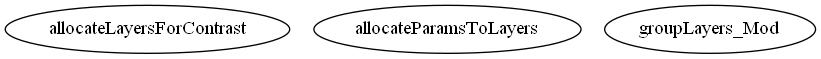
Earlier version of the Graphviz export docs/source/api_reference/targetFunctions/common/groupLayers/graph.png (RascalSoftware/RAT). Its source is kept beside it as docs/source/api_reference/graph.dot. Its diagram source:
```dot
/* Created by mdot for Matlab */
digraph m2html {
  RAT -> RAT_main;
  RAT -> RATparseOutToProjectClass;
  RAT -> RatParseClassToStructs_new;
  RAT -> defaultRatOutputFunction;
  RAT -> ratOutputClass;
  RAT -> ratSendTextOutput;
  RAT -> parseResultToStruct;
  RAT -> mergeStructs;
  RAT_main -> ratSendTextOutput;
  RAT_main -> singleCalculation;
  controlsDef -> controlsDef;
  SpecialEventDataClass -> SpecialEventDataClass;
  ratOutputClass -> SpecialEventDataClass;
  ratOutputClass -> ratOutputClass;
  backgroundsClass -> backgroundsClass;
  backgroundsClass -> multiTypeTable;
  backgroundsClass -> parametersClass;
  contrastsClass -> contrastsClass;
  customFileClass -> customFileClass;
  dataClass -> dataClass;
  layersClass_realSLD -> layersClass_realSLD;
  multiTypeTable -> multiTypeTable;
  parametersClass -> parametersClass;
  projectClass -> backgroundsClass;
  projectClass -> contrastsClass;
  projectClass -> customFileClass;
  projectClass -> dataClass;
  projectClass -> layersClass_realSLD;
  projectClass -> mergeStructs;
  projectClass -> parametersClass;
  projectClass -> projectClass;
  projectClass -> resolutionsClass;
  resolutionsClass -> multiTypeTable;
  resolutionsClass -> parametersClass;
  resolutionsClass -> resolutionsClass;
  singleCalculation -> reflectivity_calculation_wrapper;
  call_customLayers 2 -> callMatlabCustomLayers;
  call_customLayers -> callMatlabCustomLayers;
  callReflectivity -> data_resolution_polly;
  callReflectivity -> resolution_polly;
  callReflectivity -> abeles_paraPoints;
  callReflectivity -> abeles_single;
  generateMex -> testDLL;
  loopMatlabCustomLayers -> backSort;
  loopMatlabCustomLayers_points -> backSort;
  loopMatlabCustomLayers_single -> backSort;
  makeSLDProfileXY -> asymconvstep;
  makeSLDProfiles -> makeSLDProfileXY;
  adaptive_new -> sldFunc;
  resampleLayers -> adaptive_new;
  domainsTF_custlay_single -> RAT_parse_cells;
  domainsTF_custlay_single -> extractProblemParams;
  domainsTF_custlay_single -> backSort;
  domainsTF_custlay_single -> standardTF_layers_core;
  domainsTF_custLay_reflectivityCalculation -> domainsTF_custlay_single;
  domainsTF_custXY_reflectivityCalculation -> standardTF_custXY_paraContrasts;
  domainsTF_custXY_reflectivityCalculation -> standardTF_custXY_paraPoints;
  domainsTF_custXY_reflectivityCalculation -> standardTF_custXY_single;
  domainsTF_reflectivityCalculation -> domainsTF_custLay_reflectivityCalculation;
  domainsTF_stanLay_reflectivityCalculation -> standardTF_stanlay_paraContrasts;
  domainsTF_stanLay_reflectivityCalculation -> standardTF_stanlay_paraPoints;
  domainsTF_stanLay_reflectivityCalculation -> standardTF_stanlay_single;
  reflectivity_calculation -> standardTF_reflectivityCalculation;
  reflectivity_calculation_test_wrapper -> reflectivity_calculation;
  reflectivity_calculation_wrapper -> reflectivity_calculation;
  standardTF_custlay_paraContrasts -> RAT_parse_cells;
  standardTF_custlay_paraContrasts -> extractProblemParams;
  standardTF_custlay_paraContrasts -> backSort;
  standardTF_custlay_paraContrasts -> loopCppCustlayWrapper_CustLaycontrast;
  standardTF_custlay_paraContrasts -> loopMatalbCustlayWrapper_CustLaycontrast;
  standardTF_custlay_paraContrasts -> standardTF_layers_core;
  standardTF_custlay_paraPoints -> RAT_parse_cells;
  standardTF_custlay_paraPoints -> extractProblemParams;
  standardTF_custlay_paraPoints -> backSort;
  standardTF_custlay_paraPoints -> loopCppCustlayWrapper_CustLaypoints;
  standardTF_custlay_paraPoints -> loopMatalbCustlayWrapper_CustLaypoints;
  standardTF_custlay_paraPoints -> standardTF_layers_core;
  standardTF_custlay_single -> RAT_parse_cells;
  standardTF_custlay_single -> extractProblemParams;
  standardTF_custlay_single -> backSort;
  standardTF_custlay_single -> loopCppCustlayWrapper_CustLaysingle;
  standardTF_custlay_single -> loopMatalbCustlayWrapper_CustLaysingle;
  standardTF_custlay_single -> standardTF_layers_core;
  standardTF_custLay_reflectivityCalculation -> standardTF_custlay_paraContrasts;
  standardTF_custLay_reflectivityCalculation -> standardTF_custlay_paraPoints;
  standardTF_custLay_reflectivityCalculation -> standardTF_custlay_single;
  standardTF_custXY_paraContrasts -> RAT_parse_cells;
  standardTF_custXY_paraContrasts -> extractProblemParams;
  standardTF_custXY_paraContrasts -> backSort;
  standardTF_custXY_paraContrasts -> applyBackgroundCorrection;
  standardTF_custXY_paraContrasts -> callReflectivity;
  standardTF_custXY_paraContrasts -> chiSquared;
  standardTF_custXY_paraContrasts -> loopCppCustlayWrapper_XYContrasts;
  standardTF_custXY_paraContrasts -> loopMatalbCustlayWrapper_XYContrasts;
  standardTF_custXY_paraContrasts -> resampleLayers;
  standardTF_custXY_paraContrasts -> shiftdata;
  standardTF_custXY_paraPoints -> RAT_parse_cells;
  standardTF_custXY_paraPoints -> extractProblemParams;
  standardTF_custXY_paraPoints -> backSort;
  standardTF_custXY_paraPoints -> applyBackgroundCorrection;
  standardTF_custXY_paraPoints -> callReflectivity;
  standardTF_custXY_paraPoints -> chiSquared;
  standardTF_custXY_paraPoints -> loopCppCustlayWrapper_XYPoints;
  standardTF_custXY_paraPoints -> loopMatalbCustlayWrapper_XYPoints;
  standardTF_custXY_paraPoints -> resampleLayers;
  standardTF_custXY_paraPoints -> shiftdata;
  standardTF_custXY_single -> RAT_parse_cells;
  standardTF_custXY_single -> extractProblemParams;
  standardTF_custXY_single -> backSort;
  standardTF_custXY_single -> applyBackgroundCorrection;
  standardTF_custXY_single -> callReflectivity;
  standardTF_custXY_single -> chiSquared;
  standardTF_custXY_single -> loopCppCustlayWrapper_XYSingle;
  standardTF_custXY_single -> loopMatalbCustlayWrapper_XYSingle;
  standardTF_custXY_single -> resampleLayers;
  standardTF_custXY_single -> shiftdata;
  standardTF_custXY_reflectivityCalculation -> standardTF_custXY_paraContrasts;
  standardTF_custXY_reflectivityCalculation -> standardTF_custXY_paraPoints;
  standardTF_custXY_reflectivityCalculation -> standardTF_custXY_single;
  standardTF_layers_core -> applyBackgroundCorrection;
  standardTF_layers_core -> callReflectivity;
  standardTF_layers_core -> chiSquared;
  standardTF_layers_core -> groupLayers_Mod;
  standardTF_layers_core -> makeSLDProfiles;
  standardTF_layers_core -> resampleLayers;
  standardTF_layers_core -> shiftdata;
  standardTF_reflectivityCalculation -> standardTF_custLay_reflectivityCalculation;
  standardTF_reflectivityCalculation -> standardTF_custXY_reflectivityCalculation;
  standardTF_reflectivityCalculation -> standardTF_stanLay_reflectivityCalculation;
  standardTF_stanlay_paraAll -> RAT_parse_cells;
  standardTF_stanlay_paraAll -> extractProblemParams;
  standardTF_stanlay_paraAll -> backSort;
  standardTF_stanlay_paraAll -> allocateLayersForContrast;
  standardTF_stanlay_paraAll -> allocateParamsToLayers;
  standardTF_stanlay_paraAll -> standardTF_layers_core;
  standardTF_stanlay_paraContrasts -> RAT_parse_cells;
  standardTF_stanlay_paraContrasts -> extractProblemParams;
  standardTF_stanlay_paraContrasts -> backSort;
  standardTF_stanlay_paraContrasts -> allocateLayersForContrast;
  standardTF_stanlay_paraContrasts -> allocateParamsToLayers;
  standardTF_stanlay_paraContrasts -> standardTF_layers_core;
  standardTF_stanlay_paraPoints -> RAT_parse_cells;
  standardTF_stanlay_paraPoints -> extractProblemParams;
  standardTF_stanlay_paraPoints -> backSort;
  standardTF_stanlay_paraPoints -> allocateLayersForContrast;
  standardTF_stanlay_paraPoints -> allocateParamsToLayers;
  standardTF_stanlay_paraPoints -> standardTF_layers_core;
  standardTF_stanlay_single -> RAT_parse_cells;
  standardTF_stanlay_single -> extractProblemParams;
  standardTF_stanlay_single -> backSort;
  standardTF_stanlay_single -> allocateLayersForContrast;
  standardTF_stanlay_single -> allocateParamsToLayers;
  standardTF_stanlay_single -> standardTF_layers_core;
  standardTF_stanLay_reflectivityCalculation -> standardTF_stanlay_paraContrasts;
  standardTF_stanLay_reflectivityCalculation -> standardTF_stanlay_paraPoints;
  standardTF_stanLay_reflectivityCalculation -> standardTF_stanlay_single;

  RAT [URL="./API/RAT.html"];
  RAT_main [URL="./API/RAT_main.html"];
  RAT_parse_cells [URL="./API/RAT_parse_cells.html"];
  RAT_remove_cells [URL="./API/RAT_remove_cells.html"];
  RATparseOutToProblemDef [URL="./API/RATparseOutToProblemDef.html"];
  RATparseOutToProblemDef2 [URL="./API/RATparseOutToProblemDef2.html"];
  RATparseOutToProjectClass [URL="./API/RATparseOutToProjectClass.html"];
  RatParseClassToStructs [URL="./API/RatParseClassToStructs.html"];
  RatParseClassToStructs_new [URL="./API/RatParseClassToStructs_new.html"];
  controlsDef [URL="./API/controlsDef/controlsDef.html"];
  extractProblemParams [URL="./API/extractProblemParams.html"];
  SpecialEventDataClass [URL="./API/outputFcn/SpecialEventDataClass.html"];
  defaultRatOutputFunction [URL="./API/outputFcn/defaultRatOutputFunction.html"];
  ratOutputClass [URL="./API/outputFcn/ratOutputClass.html"];
  ratSendTextOutput [URL="./API/outputFcn/ratSendTextOutput.html"];
  ratUpdateFunction [URL="./API/outputFcn/ratUpdateFunction.html"];
  parseResultToStruct [URL="./API/parseResultToStruct.html"];
  backgroundsClass [URL="./API/projectClass/backgroundsClass.html"];
  contrastsClass [URL="./API/projectClass/contrastsClass.html"];
  customFileClass [URL="./API/projectClass/customFileClass.html"];
  dataClass [URL="./API/projectClass/dataClass.html"];
  layersClass_realSLD [URL="./API/projectClass/layersClass_realSLD.html"];
  mergeStructs [URL="./API/projectClass/mergeStructs.html"];
  multiTypeTable [URL="./API/projectClass/multiTypeTable.html"];
  parametersClass [URL="./API/projectClass/parametersClass.html"];
  projectClass [URL="./API/projectClass/projectClass.html"];
  resolutionsClass [URL="./API/projectClass/resolutionsClass.html"];
  singleCalculation [URL="./API/singleCalculation.html"];
  textProgressBar [URL="./API/textProgressBar.html"];
  data_resolution_polly [URL="./targetFunctions/common/Resolution_Functions/Simple_Gaussian/data_resolution_polly.html"];
  data_resolution_polly_paraPoints [URL="./targetFunctions/common/Resolution_Functions/Simple_Gaussian/data_resolution_polly_paraPoints.html"];
  resolution_polly [URL="./targetFunctions/common/Resolution_Functions/Simple_Gaussian/resolution_polly.html"];
  resolution_polly_paraPoints [URL="./targetFunctions/common/Resolution_Functions/Simple_Gaussian/resolution_polly_paraPoints.html"];
  backSort [URL="./targetFunctions/common/backSorts/backSort.html"];
  call_customLayers 2 [URL="./targetFunctions/common/callCustomLayers/call_customLayers 2.html"];
  call_customLayers [URL="./targetFunctions/common/callCustomLayers/call_customLayers.html"];
  callMatlabCustomLayers [URL="./targetFunctions/common/callMatlabFunction/callMatlabCustomLayers.html"];
  matlabFunctionWrapper [URL="./targetFunctions/common/callMatlabFunction/matlabFunctionWrapper.html"];
  applyBackgroundCorrection [URL="./targetFunctions/common/callReflectivity/applyBackgroundCorrection.html"];
  callReflectivity [URL="./targetFunctions/common/callReflectivity/callReflectivity.html"];
  chiSquared [URL="./targetFunctions/common/costFunctions/chiSquared/chiSquared.html"];
  allocateLayersForContrast [URL="./targetFunctions/common/groupLayers/allocateLayersForContrast.html"];
  allocateParamsToLayers [URL="./targetFunctions/common/groupLayers/allocateParamsToLayers.html"];
  groupLayers_Mod [URL="./targetFunctions/common/groupLayers/groupLayers_Mod.html"];
  legacyChanges [URL="./targetFunctions/common/legacyChanges/legacyChanges.html"];
  generateMex [URL="./targetFunctions/common/loopCppCustlayWrapper/generateMex.html"];
  loopCppCustlayWrapper_CustLaycontrast [URL="./targetFunctions/common/loopCppCustlayWrapper/loopCppCustlayWrapper_CustLaycontrast.html"];
  loopCppCustlayWrapper_CustLaypoints [URL="./targetFunctions/common/loopCppCustlayWrapper/loopCppCustlayWrapper_CustLaypoints.html"];
  loopCppCustlayWrapper_CustLaysingle [URL="./targetFunctions/common/loopCppCustlayWrapper/loopCppCustlayWrapper_CustLaysingle.html"];
  loopCppCustlayWrapper_XYContrasts [URL="./targetFunctions/common/loopCppCustlayWrapper/loopCppCustlayWrapper_XYContrasts.html"];
  loopCppCustlayWrapper_XYPoints [URL="./targetFunctions/common/loopCppCustlayWrapper/loopCppCustlayWrapper_XYPoints.html"];
  loopCppCustlayWrapper_XYSingle [URL="./targetFunctions/common/loopCppCustlayWrapper/loopCppCustlayWrapper_XYSingle.html"];
  testDLL [URL="./targetFunctions/common/loopCppCustlayWrapper/testDLL.html"];
  testing [URL="./targetFunctions/common/loopCppCustlayWrapper/testing.html"];
  loopMatalbCustlayWrapper [URL="./targetFunctions/common/loopMatlabCustomLayers/loopMatalbCustlayWrapper.html"];
  loopMatalbCustlayWrapper_CustLaycontrast [URL="./targetFunctions/common/loopMatlabCustomLayers/loopMatalbCustlayWrapper_CustLaycontrast.html"];
  loopMatalbCustlayWrapper_CustLaypoints [URL="./targetFunctions/common/loopMatlabCustomLayers/loopMatalbCustlayWrapper_CustLaypoints.html"];
  loopMatalbCustlayWrapper_CustLaysingle [URL="./targetFunctions/common/loopMatlabCustomLayers/loopMatalbCustlayWrapper_CustLaysingle.html"];
  loopMatalbCustlayWrapper_XYContrasts [URL="./targetFunctions/common/loopMatlabCustomLayers/loopMatalbCustlayWrapper_XYContrasts.html"];
  loopMatalbCustlayWrapper_XYPoints [URL="./targetFunctions/common/loopMatlabCustomLayers/loopMatalbCustlayWrapper_XYPoints.html"];
  loopMatalbCustlayWrapper_XYSingle [URL="./targetFunctions/common/loopMatlabCustomLayers/loopMatalbCustlayWrapper_XYSingle.html"];
  loopMatlabCustomLayers [URL="./targetFunctions/common/loopMatlabCustomLayers/loopMatlabCustomLayers.html"];
  loopMatlabCustomLayers_points [URL="./targetFunctions/common/loopMatlabCustomLayers/loopMatlabCustomLayers_points.html"];
  loopMatlabCustomLayers_single [URL="./targetFunctions/common/loopMatlabCustomLayers/loopMatlabCustomLayers_single.html"];
  asymconvstep [URL="./targetFunctions/common/makeSLDProfiles/asymconvstep.html"];
  makeSLDProfileXY [URL="./targetFunctions/common/makeSLDProfiles/makeSLDProfileXY.html"];
  makeSLDProfiles [URL="./targetFunctions/common/makeSLDProfiles/makeSLDProfiles.html"];
  abeles_paraPoints [URL="./targetFunctions/common/reflectivityCalculations/Abeles/abeles_paraPoints.html"];
  abeles_single [URL="./targetFunctions/common/reflectivityCalculations/Abeles/abeles_single.html"];
  adaptive_new [URL="./targetFunctions/common/resampleLayers/adaptive_new.html"];
  resampleLayers [URL="./targetFunctions/common/resampleLayers/resampleLayers.html"];
  sldFunc [URL="./targetFunctions/common/resampleLayers/sldFunc.html"];
  shiftdata [URL="./targetFunctions/common/shiftData/shiftdata.html"];
  domainsTF_custlay_single [URL="./targetFunctions/domains_TF/domainsTF_custLay/domainsTF_custlay_single.html"];
  domainsTF_custLay_reflectivityCalculation [URL="./targetFunctions/domains_TF/domainsTF_custLay_reflectivityCalculation.html"];
  domainsTF_custXY_reflectivityCalculation [URL="./targetFunctions/domains_TF/domainsTF_custXY_reflectivityCalculation.html"];
  domainsTF_reflectivityCalculation [URL="./targetFunctions/domains_TF/domainsTF_reflectivityCalculation.html"];
  domainsTF_stanLay_reflectivityCalculation [URL="./targetFunctions/domains_TF/domainsTF_stanLay_reflectivityCalculation.html"];
  reflectivity_calculation [URL="./targetFunctions/reflectivity_calculation/reflectivity_calculation.html"];
  reflectivity_calculation_test_wrapper [URL="./targetFunctions/reflectivity_calculation/reflectivity_calculation_test_wrapper.html"];
  reflectivity_calculation_wrapper [URL="./targetFunctions/reflectivity_calculation/reflectivity_calculation_wrapper.html"];
  customFileWrapper [URL="./targetFunctions/standard_TF/standardTF_custLay/customFileWrapper.html"];
  standardTF_custlay_paraContrasts [URL="./targetFunctions/standard_TF/standardTF_custLay/standardTF_custlay_paraContrasts.html"];
  standardTF_custlay_paraPoints [URL="./targetFunctions/standard_TF/standardTF_custLay/standardTF_custlay_paraPoints.html"];
  standardTF_custlay_single [URL="./targetFunctions/standard_TF/standardTF_custLay/standardTF_custlay_single.html"];
  standardTF_custLay_reflectivityCalculation [URL="./targetFunctions/standard_TF/standardTF_custLay_reflectivityCalculation.html"];
  standardTF_custXY_paraContrasts [URL="./targetFunctions/standard_TF/standardTF_custXY/standardTF_custXY_paraContrasts.html"];
  standardTF_custXY_paraPoints [URL="./targetFunctions/standard_TF/standardTF_custXY/standardTF_custXY_paraPoints.html"];
  standardTF_custXY_single [URL="./targetFunctions/standard_TF/standardTF_custXY/standardTF_custXY_single.html"];
  standardTF_custXY_reflectivityCalculation [URL="./targetFunctions/standard_TF/standardTF_custXY_reflectivityCalculation.html"];
  standardTF_layers_core [URL="./targetFunctions/standard_TF/standardTF_layers_core.html"];
  standardTF_reflectivityCalculation [URL="./targetFunctions/standard_TF/standardTF_reflectivityCalculation.html"];
  standardTF_stanlay_paraAll [URL="./targetFunctions/standard_TF/standardTF_stanLay/standardTF_stanlay_paraAll.html"];
  standardTF_stanlay_paraContrasts [URL="./targetFunctions/standard_TF/standardTF_stanLay/standardTF_stanlay_paraContrasts.html"];
  standardTF_stanlay_paraPoints [URL="./targetFunctions/standard_TF/standardTF_stanLay/standardTF_stanlay_paraPoints.html"];
  standardTF_stanlay_single [URL="./targetFunctions/standard_TF/standardTF_stanLay/standardTF_stanlay_single.html"];
  standardTF_stanLay_reflectivityCalculation [URL="./targetFunctions/standard_TF/standardTF_stanLay_reflectivityCalculation.html"];
}
```
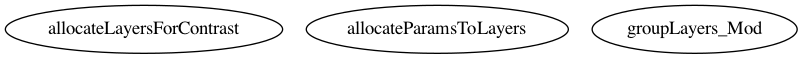
The same diagram one commit later.

Diff of the diagram source:
```diff
@@ -70,17 +70,20 @@
   standardTF_custlay_paraContrasts -> backSort;
   standardTF_custlay_paraContrasts -> loopCppCustlayWrapper_CustLaycontrast;
   standardTF_custlay_paraContrasts -> loopMatalbCustlayWrapper_CustLaycontrast;
+  standardTF_custlay_paraContrasts -> loopMatalbCustlayWrapper_CustLaycontrast;
   standardTF_custlay_paraContrasts -> standardTF_layers_core;
   standardTF_custlay_paraPoints -> RAT_parse_cells;
   standardTF_custlay_paraPoints -> extractProblemParams;
   standardTF_custlay_paraPoints -> backSort;
   standardTF_custlay_paraPoints -> loopCppCustlayWrapper_CustLaypoints;
   standardTF_custlay_paraPoints -> loopMatalbCustlayWrapper_CustLaypoints;
+  standardTF_custlay_paraPoints -> loopMatalbCustlayWrapper_CustLaypoints;
   standardTF_custlay_paraPoints -> standardTF_layers_core;
   standardTF_custlay_single -> RAT_parse_cells;
   standardTF_custlay_single -> extractProblemParams;
   standardTF_custlay_single -> backSort;
   standardTF_custlay_single -> loopCppCustlayWrapper_CustLaysingle;
+  standardTF_custlay_single -> loopMatalbCustlayWrapper_CustLaysingle;
   standardTF_custlay_single -> loopMatalbCustlayWrapper_CustLaysingle;
   standardTF_custlay_single -> standardTF_layers_core;
   standardTF_custLay_reflectivityCalculation -> standardTF_custlay_paraContrasts;
@@ -94,6 +97,7 @@
   standardTF_custXY_paraContrasts -> chiSquared;
   standardTF_custXY_paraContrasts -> loopCppCustlayWrapper_XYContrasts;
   standardTF_custXY_paraContrasts -> loopMatalbCustlayWrapper_XYContrasts;
+  standardTF_custXY_paraContrasts -> loopMatalbCustlayWrapper_XYContrasts;
   standardTF_custXY_paraContrasts -> resampleLayers;
   standardTF_custXY_paraContrasts -> shiftdata;
   standardTF_custXY_paraPoints -> RAT_parse_cells;
@@ -104,6 +108,7 @@
   standardTF_custXY_paraPoints -> chiSquared;
   standardTF_custXY_paraPoints -> loopCppCustlayWrapper_XYPoints;
   standardTF_custXY_paraPoints -> loopMatalbCustlayWrapper_XYPoints;
+  standardTF_custXY_paraPoints -> loopMatalbCustlayWrapper_XYPoints;
   standardTF_custXY_paraPoints -> resampleLayers;
   standardTF_custXY_paraPoints -> shiftdata;
   standardTF_custXY_single -> RAT_parse_cells;
@@ -113,6 +118,7 @@
   standardTF_custXY_single -> callReflectivity;
   standardTF_custXY_single -> chiSquared;
   standardTF_custXY_single -> loopCppCustlayWrapper_XYSingle;
+  standardTF_custXY_single -> loopMatalbCustlayWrapper_XYSingle;
   standardTF_custXY_single -> loopMatalbCustlayWrapper_XYSingle;
   standardTF_custXY_single -> resampleLayers;
   standardTF_custXY_single -> shiftdata;
@@ -211,16 +217,23 @@
   loopCppCustlayWrapper_XYSingle [URL="./targetFunctions/common/loopCppCustlayWrapper/loopCppCustlayWrapper_XYSingle.html"];
   testDLL [URL="./targetFunctions/common/loopCppCustlayWrapper/testDLL.html"];
   testing [URL="./targetFunctions/common/loopCppCustlayWrapper/testing.html"];
-  loopMatalbCustlayWrapper [URL="./targetFunctions/common/loopMatlabCustomLayers/loopMatalbCustlayWrapper.html"];
-  loopMatalbCustlayWrapper_CustLaycontrast [URL="./targetFunctions/common/loopMatlabCustomLayers/loopMatalbCustlayWrapper_CustLaycontrast.html"];
-  loopMatalbCustlayWrapper_CustLaypoints [URL="./targetFunctions/common/loopMatlabCustomLayers/loopMatalbCustlayWrapper_CustLaypoints.html"];
-  loopMatalbCustlayWrapper_CustLaysingle [URL="./targetFunctions/common/loopMatlabCustomLayers/loopMatalbCustlayWrapper_CustLaysingle.html"];
-  loopMatalbCustlayWrapper_XYContrasts [URL="./targetFunctions/common/loopMatlabCustomLayers/loopMatalbCustlayWrapper_XYContrasts.html"];
-  loopMatalbCustlayWrapper_XYPoints [URL="./targetFunctions/common/loopMatlabCustomLayers/loopMatalbCustlayWrapper_XYPoints.html"];
-  loopMatalbCustlayWrapper_XYSingle [URL="./targetFunctions/common/loopMatlabCustomLayers/loopMatalbCustlayWrapper_XYSingle.html"];
-  loopMatlabCustomLayers [URL="./targetFunctions/common/loopMatlabCustomLayers/loopMatlabCustomLayers.html"];
-  loopMatlabCustomLayers_points [URL="./targetFunctions/common/loopMatlabCustomLayers/loopMatlabCustomLayers_points.html"];
-  loopMatlabCustomLayers_single [URL="./targetFunctions/common/loopMatlabCustomLayers/loopMatlabCustomLayers_single.html"];
+  loopMatalbCustlayWrapper [URL="./targetFunctions/common/loopMatlabCustomLayers/mexCompile/loopMatalbCustlayWrapper.html"];
+  loopMatalbCustlayWrapper_CustLaycontrast [URL="./targetFunctions/common/loopMatlabCustomLayers/mexCompile/loopMatalbCustlayWrapper_CustLaycontrast.html"];
+  loopMatalbCustlayWrapper_CustLaypoints [URL="./targetFunctions/common/loopMatlabCustomLayers/mexCompile/loopMatalbCustlayWrapper_CustLaypoints.html"];
+  loopMatalbCustlayWrapper_CustLaysingle [URL="./targetFunctions/common/loopMatlabCustomLayers/mexCompile/loopMatalbCustlayWrapper_CustLaysingle.html"];
+  loopMatalbCustlayWrapper_XYContrasts [URL="./targetFunctions/common/loopMatlabCustomLayers/mexCompile/loopMatalbCustlayWrapper_XYContrasts.html"];
+  loopMatalbCustlayWrapper_XYPoints [URL="./targetFunctions/common/loopMatlabCustomLayers/mexCompile/loopMatalbCustlayWrapper_XYPoints.html"];
+  loopMatalbCustlayWrapper_XYSingle [URL="./targetFunctions/common/loopMatlabCustomLayers/mexCompile/loopMatalbCustlayWrapper_XYSingle.html"];
+  loopMatlabCustomLayers [URL="./targetFunctions/common/loopMatlabCustomLayers/mexCompile/loopMatlabCustomLayers.html"];
+  loopMatlabCustomLayers_points [URL="./targetFunctions/common/loopMatlabCustomLayers/mexCompile/loopMatlabCustomLayers_points.html"];
+  loopMatlabCustomLayers_single [URL="./targetFunctions/common/loopMatlabCustomLayers/mexCompile/loopMatlabCustomLayers_single.html"];
+  loopMatalbCustlayWrapper_CustLaycontrast [URL="./targetFunctions/common/loopMatlabCustomLayers/sourceCompile/loopMatalbCustlayWrapper_CustLaycontrast.html"];
+  loopMatalbCustlayWrapper_CustLaypoints [URL="./targetFunctions/common/loopMatlabCustomLayers/sourceCompile/loopMatalbCustlayWrapper_CustLaypoints.html"];
+  loopMatalbCustlayWrapper_CustLaysingle [URL="./targetFunctions/common/loopMatlabCustomLayers/sourceCompile/loopMatalbCustlayWrapper_CustLaysingle.html"];
+  loopMatalbCustlayWrapper_XYContrasts [URL="./targetFunctions/common/loopMatlabCustomLayers/sourceCompile/loopMatalbCustlayWrapper_XYContrasts.html"];
+  loopMatalbCustlayWrapper_XYPoints [URL="./targetFunctions/common/loopMatlabCustomLayers/sourceCompile/loopMatalbCustlayWrapper_XYPoints.html"];
+  loopMatalbCustlayWrapper_XYSingle [URL="./targetFunctions/common/loopMatlabCustomLayers/sourceCompile/loopMatalbCustlayWrapper_XYSingle.html"];
+  readme [URL="./targetFunctions/common/loopMatlabCustomLayers/sourceCompile/readme.html"];
   asymconvstep [URL="./targetFunctions/common/makeSLDProfiles/asymconvstep.html"];
   makeSLDProfileXY [URL="./targetFunctions/common/makeSLDProfiles/makeSLDProfileXY.html"];
   makeSLDProfiles [URL="./targetFunctions/common/makeSLDProfiles/makeSLDProfiles.html"];
```
